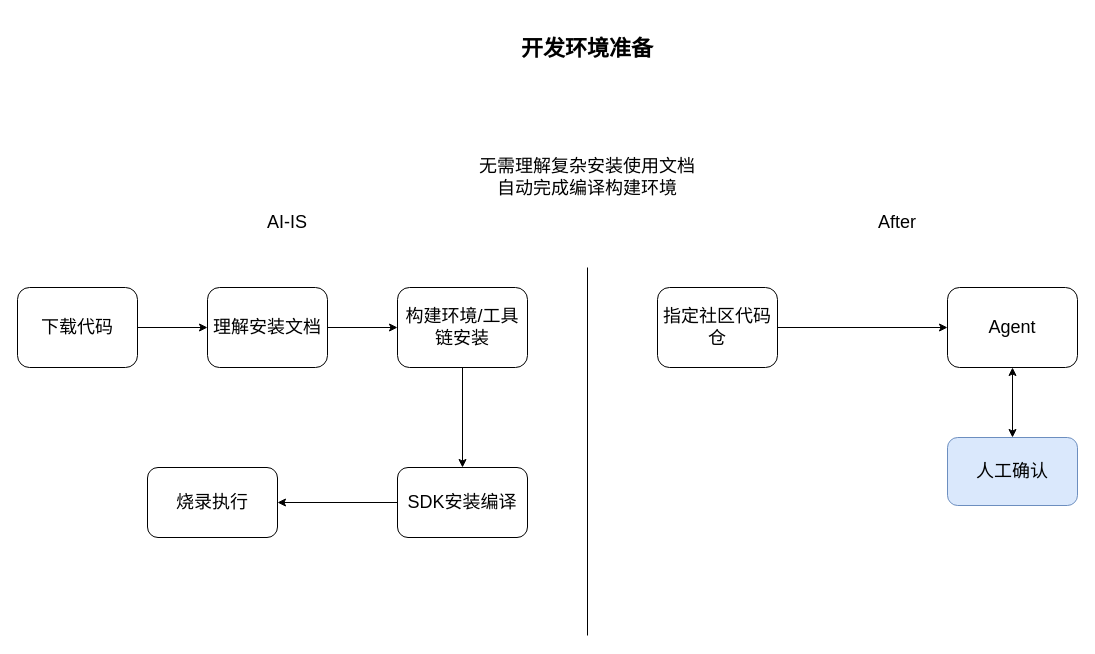
halfmonth/record keeps this draw.io diagram as page "环境准备" (1 of 7) of 未命名绘图.drawio. Above is the earlier version. Source tidied: cells renumbered, new cells numbered last; positions are measured from the earlier drawing's top-left corner, leaving out a move shared by most shapes. Both pictures are drawn from the tidied source at 100%, with x=0, y=0 at pixel (17, 34).
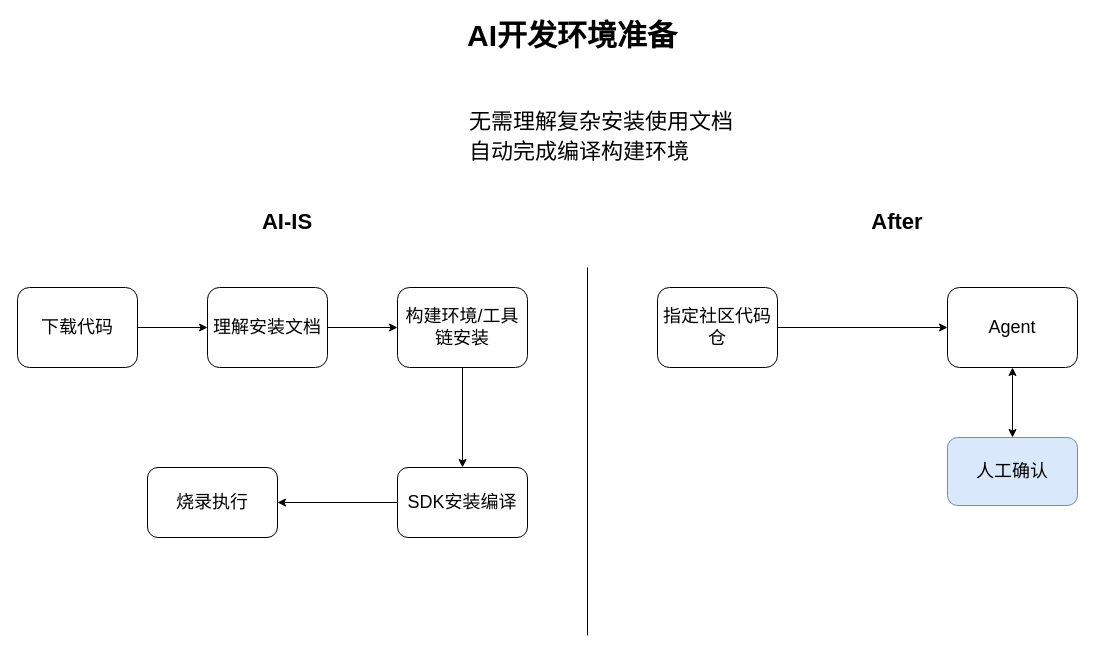
The same page after the edit.

Diff of the diagram source:
```diff
@@
-    <mxCell id="2" value="&lt;font style=&quot;font-size: 18px;&quot;&gt;AI-IS&lt;/font&gt;" style="text;html=1;whiteSpace=wrap;strokeColor=none;fillColor=none;align=center;verticalAlign=middle;rounded=0;" parent="1" vertex="1">
+    <mxCell id="2" value="&lt;font&gt;&lt;b&gt;AI-IS&lt;/b&gt;&lt;/font&gt;" style="text;html=1;whiteSpace=wrap;strokeColor=none;fillColor=none;align=center;verticalAlign=middle;rounded=0;fontSize=22;" parent="1" vertex="1">
       <mxGeometry x="240" y="173" width="60" height="30" as="geometry" />
     </mxCell>
-    <mxCell id="3" style="endArrow=none;html=1;rounded=0;" parent="1" edge="1">
+    <mxCell id="3" style="endArrow=none;html=1;rounded=0;fontSize=18;" parent="1" edge="1">
       <mxGeometry relative="1" as="geometry">
         <mxPoint x="570" y="601" as="sourcePoint" />
         <mxPoint x="570" y="233" as="targetPoint" />
       </mxGeometry>
     </mxCell>
-    <mxCell id="4" value="&lt;span style=&quot;font-size: 18px;&quot;&gt;After&lt;/span&gt;" style="text;html=1;whiteSpace=wrap;strokeColor=none;fillColor=none;align=center;verticalAlign=middle;rounded=0;" parent="1" vertex="1">
+    <mxCell id="4" value="&lt;span&gt;&lt;b&gt;After&lt;/b&gt;&lt;/span&gt;" style="text;html=1;whiteSpace=wrap;strokeColor=none;fillColor=none;align=center;verticalAlign=middle;rounded=0;fontSize=22;" parent="1" vertex="1">
       <mxGeometry x="850" y="173" width="60" height="30" as="geometry" />
     </mxCell>
@@
-    <mxCell id="8" value="&lt;font style=&quot;font-size: 18px;&quot;&gt;无需理解复杂安装使用文档&lt;/font&gt;&lt;div&gt;&lt;span style=&quot;font-size: 18px;&quot;&gt;自动完成编译构建环境&lt;/span&gt;&lt;/div&gt;" style="text;html=1;whiteSpace=wrap;strokeColor=none;fillColor=none;align=center;verticalAlign=middle;rounded=0;" parent="1" vertex="1">
-      <mxGeometry x="455" y="128" width="230" height="30" as="geometry" />
+    <mxCell id="8" value="&lt;div style=&quot;line-height: 150%;&quot;&gt;&lt;font style=&quot;line-height: 150%; font-size: 22px;&quot;&gt;无需理解复杂安装使用文档&lt;/font&gt;&lt;div&gt;&lt;span style=&quot;line-height: 150%;&quot;&gt;&lt;font style=&quot;font-size: 22px;&quot;&gt;自动完成编译构建环境&lt;/font&gt;&lt;/span&gt;&lt;/div&gt;&lt;/div&gt;" style="text;html=1;whiteSpace=wrap;strokeColor=none;fillColor=none;align=left;verticalAlign=middle;rounded=0;fontSize=18;" parent="1" vertex="1">
+      <mxGeometry x="450" y="66" width="275" height="70" as="geometry" />
     </mxCell>
@@
-    <mxCell id="20" value="&lt;font style=&quot;font-size: 22px;&quot;&gt;&lt;b&gt;开发环境准备&lt;/b&gt;&lt;/font&gt;" style="text;html=1;whiteSpace=wrap;strokeColor=none;fillColor=none;align=center;verticalAlign=middle;rounded=0;" parent="1" vertex="1">
-      <mxGeometry x="480" width="180" height="30" as="geometry" />
+    <mxCell id="20" value="&lt;font&gt;&lt;b&gt;AI开发环境准备&lt;/b&gt;&lt;/font&gt;" style="text;html=1;whiteSpace=wrap;strokeColor=none;fillColor=none;align=center;verticalAlign=middle;rounded=0;fontSize=30;" parent="1" vertex="1">
+      <mxGeometry x="440" y="-14" width="230" height="30" as="geometry" />
     </mxCell>
```
